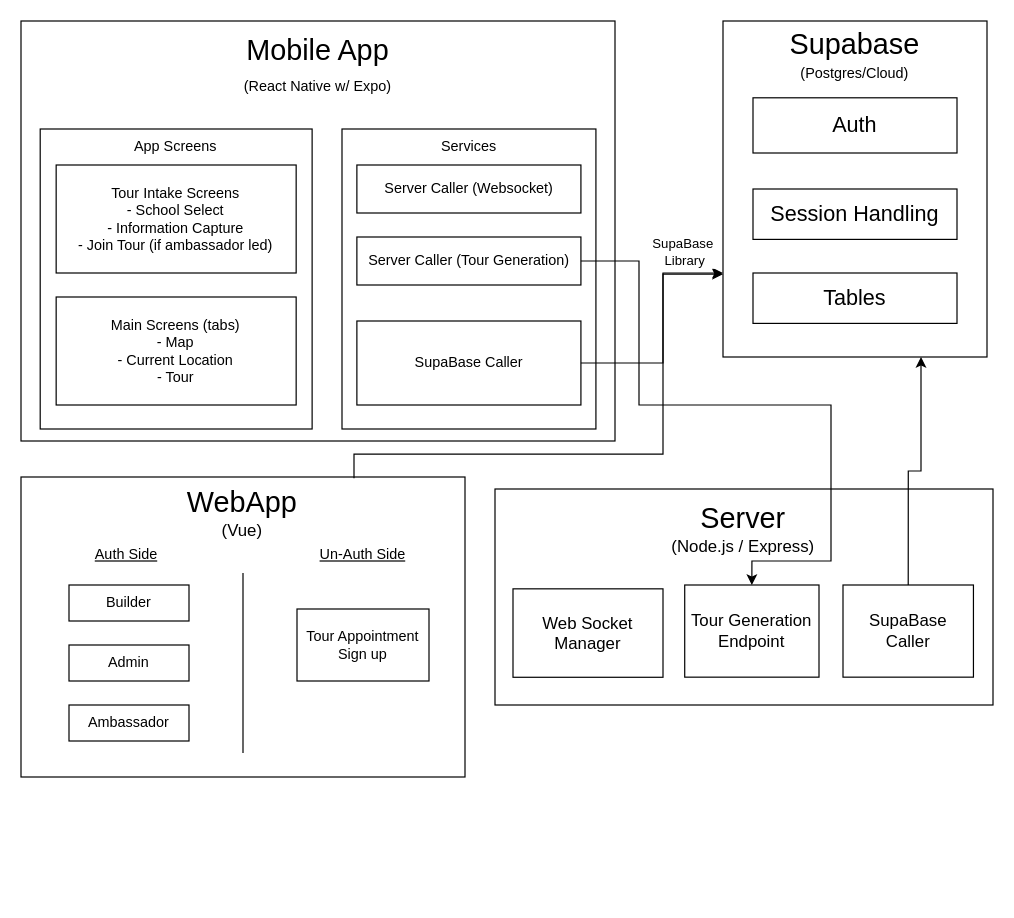
studio-node/CampusTour keeps this draw.io diagram as docs/component.drawio. Above is the earlier version. Source tidied: cells renumbered, new cells numbered last; positions are measured from the earlier drawing's top-left corner, leaving out a move shared by most shapes. Both pictures are drawn from the tidied source at 120%, with x=0, y=0 at pixel (20, 20).
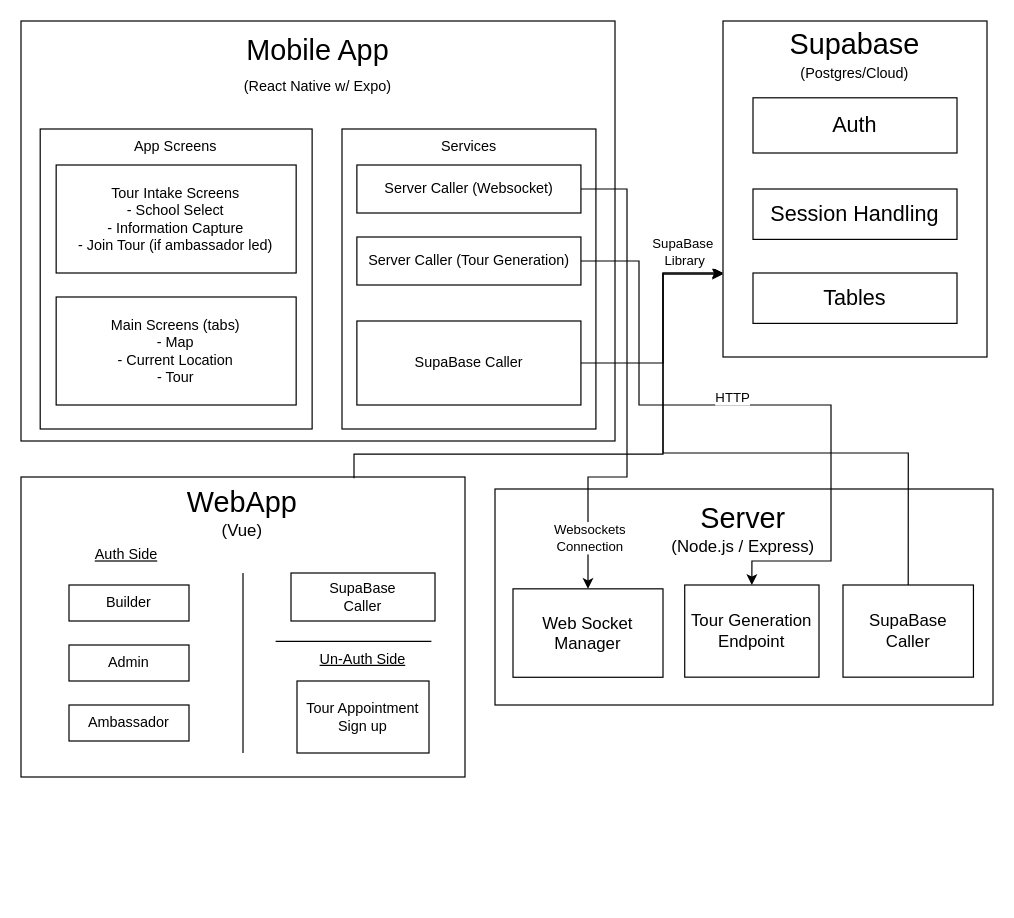
The same diagram, later.

Commit message:
Finished version one of the component diagram

Unchanged cells that the change refers to:
```xml
<mxCell id="2" style="group;" parent="1" vertex="1">
  <mxGeometry y="380" width="370" height="350" as="geometry" />
</mxCell>
<mxCell id="13" style="rounded=0;whiteSpace=wrap;html=1;" parent="12" vertex="1">
  <mxGeometry width="220" height="280" as="geometry" />
</mxCell>
<mxCell id="19" style="group;" parent="1" vertex="1">
  <mxGeometry x="395" y="390" width="415" height="180" as="geometry" />
</mxCell>
<mxCell id="22" value="&lt;font style=&quot;font-size: 14px;&quot;&gt;Web Socket Manager&lt;/font&gt;" style="rounded=0;whiteSpace=wrap;html=1;" parent="19" vertex="1">
  <mxGeometry x="15" y="83.2" width="125" height="73.7" as="geometry" />
</mxCell>
<mxCell id="24" value="&lt;span style=&quot;font-size: 14px;&quot;&gt;SupaBase&lt;/span&gt;&lt;div&gt;&lt;span style=&quot;font-size: 14px;&quot;&gt;Caller&lt;/span&gt;&lt;/div&gt;" style="rounded=0;whiteSpace=wrap;html=1;" parent="19" vertex="1">
  <mxGeometry x="290" y="80" width="108.7" height="76.8" as="geometry" />
</mxCell>
<mxCell id="38" value="Server Caller (Websocket)" style="rounded=0;whiteSpace=wrap;html=1;" parent="35" vertex="1">
  <mxGeometry x="12.4" y="30" width="186.7" height="40" as="geometry" />
</mxCell>
<mxCell id="46" style="edgeStyle=orthogonalEdgeStyle;rounded=0;jettySize=auto;html=1;exitX=1;exitY=0.5;exitDx=0;exitDy=0;entryX=0.5;entryY=0;entryDx=0;entryDy=0;" parent="1" edge="1" source="40" target="23">
  <mxGeometry relative="1" as="geometry">
    <Array as="points">
      <mxPoint x="515" y="200" />
      <mxPoint x="515" y="320" />
      <mxPoint x="675" y="320" />
      <mxPoint x="675" y="450" />
      <mxPoint x="609" y="450" />
    </Array>
  </mxGeometry>
</mxCell>
```

Change to the diagram source:
```diff
@@
     <mxCell id="7" value="&lt;u&gt;Un-Auth Side&lt;/u&gt;" style="text;html=1;align=center;verticalAlign=middle;whiteSpace=wrap;rounded=0;" parent="2" vertex="1">
-      <mxGeometry x="240" y="50" width="90" height="30" as="geometry" />
+      <mxGeometry x="240" y="137" width="90" height="30" as="geometry" />
     </mxCell>
@@
     <mxCell id="11" value="Tour Appointment Sign up" style="rounded=0;whiteSpace=wrap;html=1;" parent="2" vertex="1">
-      <mxGeometry x="230" y="110" width="110" height="60" as="geometry" />
+      <mxGeometry x="230" y="170" width="110" height="60" as="geometry" />
     </mxCell>
+    <mxCell id="47" style="endArrow=none;html=1;rounded=0;entryX=0.932;entryY=0.52;entryDx=0;entryDy=0;entryPerimeter=0;" parent="2" edge="1">
+      <mxGeometry relative="1" as="geometry">
+        <mxPoint x="212.2" y="137" as="sourcePoint" />
+        <mxPoint x="342" y="137" as="targetPoint" />
+      </mxGeometry>
+    </mxCell>
+    <mxCell id="48" value="SupaBase&lt;div&gt;Caller&lt;/div&gt;" style="rounded=0;whiteSpace=wrap;html=1;" parent="2" vertex="1">
+      <mxGeometry x="225" y="80" width="120" height="40" as="geometry" />
+    </mxCell>
@@
+    <mxCell id="49" style="edgeStyle=orthogonalEdgeStyle;rounded=0;jettySize=auto;html=1;exitX=0.5;exitY=0;exitDx=0;exitDy=0;" parent="19" edge="1" source="24">
+      <mxGeometry relative="1" as="geometry">
+        <mxPoint x="190" y="-180" as="targetPoint" />
+        <Array as="points">
+          <mxPoint x="344" y="-30" />
+          <mxPoint x="140" y="-30" />
+          <mxPoint x="140" y="-180" />
+        </Array>
+      </mxGeometry>
+    </mxCell>
@@
-    <mxCell id="45" style="edgeStyle=orthogonalEdgeStyle;rounded=0;jettySize=auto;html=1;exitX=0.5;exitY=0;exitDx=0;exitDy=0;entryX=0.75;entryY=1;entryDx=0;entryDy=0;" parent="1" edge="1" source="24" target="13">
-      <mxGeometry relative="1" as="geometry" />
-    </mxCell>
@@
+    <mxCell id="50" value="HTTP" style="edgeLabel;html=1;align=center;verticalAlign=middle;" parent="46" vertex="1">
+      <mxGeometry x="-0.07" y="3" relative="1" as="geometry">
+        <mxPoint x="-7" y="-4" as="offset" />
+      </mxGeometry>
+    </mxCell>
+    <mxCell id="51" style="edgeStyle=orthogonalEdgeStyle;rounded=0;jettySize=auto;html=1;exitX=1;exitY=0.5;exitDx=0;exitDy=0;entryX=0.5;entryY=0;entryDx=0;entryDy=0;" parent="1" edge="1" source="38" target="22">
+      <mxGeometry relative="1" as="geometry">
+        <Array as="points">
+          <mxPoint x="505" y="140" />
+          <mxPoint x="505" y="380" />
+          <mxPoint x="472" y="380" />
+        </Array>
+      </mxGeometry>
+    </mxCell>
+    <mxCell id="52" value="Websockets&lt;div&gt;Connection&lt;/div&gt;" style="edgeLabel;html=1;align=center;verticalAlign=middle;" parent="51" vertex="1">
+      <mxGeometry x="0.5" y="-5" relative="1" as="geometry">
+        <mxPoint x="-7" y="55" as="offset" />
+      </mxGeometry>
+    </mxCell>
```
